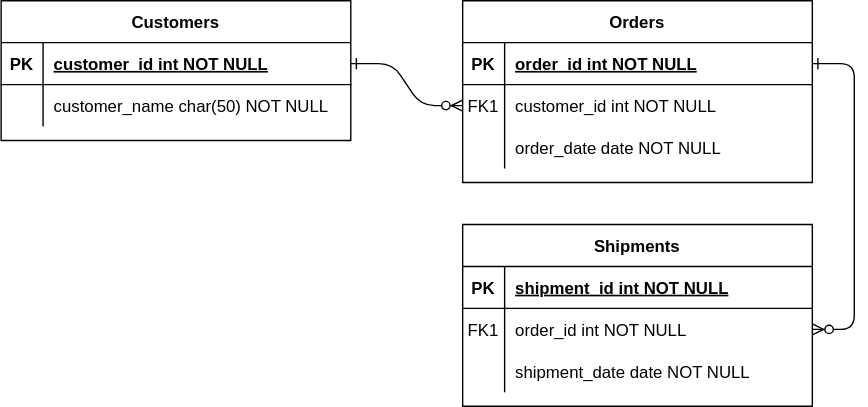
This is document/board-erd.svg from JeongHyeon-Yoon/board-project, a draw.io export, as it was before one commit. Source tidied: cells renumbered, new cells last; positions are measured from the earlier drawing's top-left corner, leaving out a move shared by most shapes.
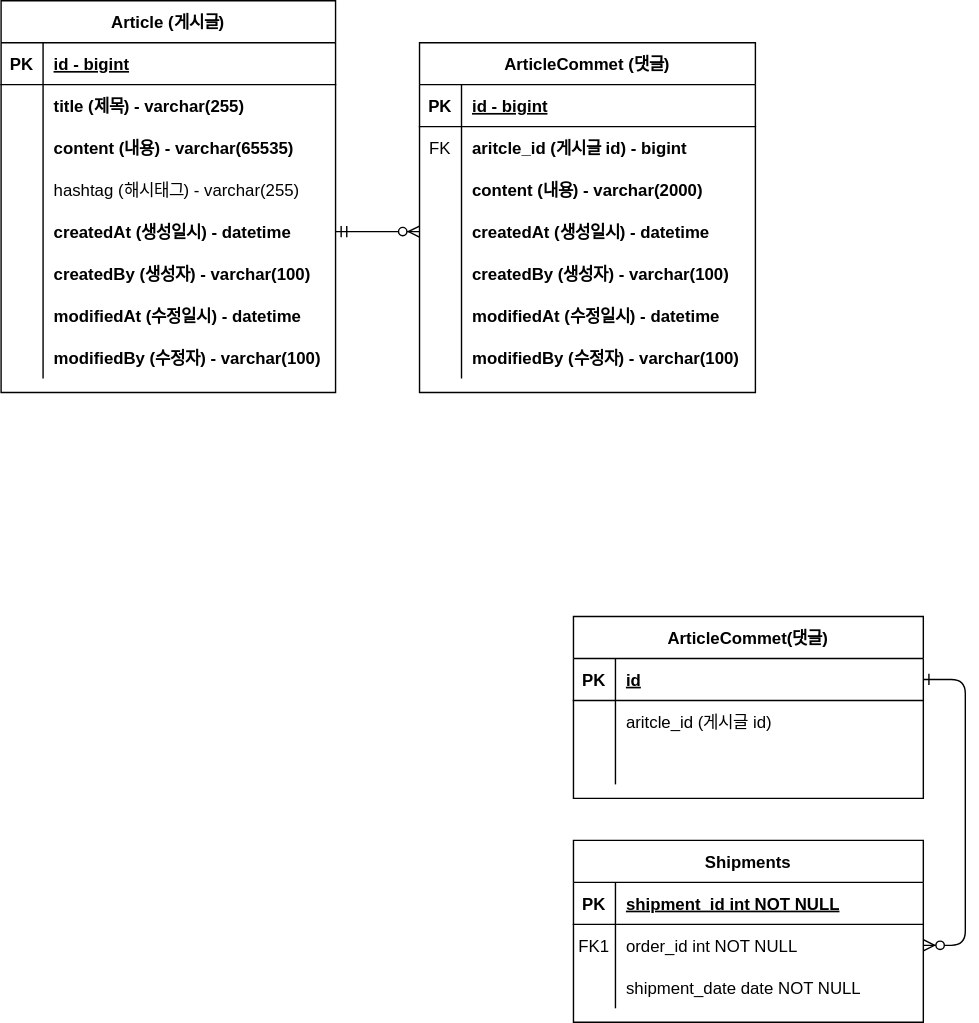
Above is the later version.

Change to the diagram source:
```diff
@@ -2,13 +2,10 @@
   <root>
     <mxCell id="0" />
     <mxCell id="1" parent="0" />
-    <mxCell id="2" style="edgeStyle=entityRelationEdgeStyle;endArrow=ERzeroToMany;startArrow=ERone;endFill=1;startFill=0;" parent="1" edge="1" source="25" target="8">
-      <mxGeometry relative="1" as="geometry" />
-    </mxCell>
     <mxCell id="3" style="edgeStyle=entityRelationEdgeStyle;endArrow=ERzeroToMany;startArrow=ERone;endFill=1;startFill=0;" parent="1" edge="1" source="5" target="18">
       <mxGeometry relative="1" as="geometry" />
     </mxCell>
-    <mxCell id="4" value="Orders" style="shape=table;startSize=30;rowLines=0;fontStyle=1;align=center;" parent="1" vertex="1">
+    <mxCell id="4" value="ArticleCommet(댓글)" style="shape=table;startSize=30;rowLines=0;fontStyle=1;align=center;" parent="1" vertex="1">
       <mxGeometry x="330" width="250" height="130" as="geometry" />
     </mxCell>
     <mxCell id="5" style="shape=partialRectangle;fillColor=none;points=[[0,0.5],[1,0.5]];portConstraint=eastwest;top=0;left=0;right=0;bottom=1;" parent="4" vertex="1">
@@ -17,16 +14,16 @@
     <mxCell id="6" value="PK" style="shape=partialRectangle;overflow=hidden;fillColor=none;top=0;left=0;bottom=0;right=0;fontStyle=1;" parent="5" vertex="1">
       <mxGeometry width="30" height="30" as="geometry" />
     </mxCell>
-    <mxCell id="7" value="order_id int NOT NULL " style="shape=partialRectangle;overflow=hidden;fillColor=none;top=0;left=0;bottom=0;right=0;align=left;spacingLeft=6;fontStyle=5;" parent="5" vertex="1">
+    <mxCell id="7" value="id" style="shape=partialRectangle;overflow=hidden;fillColor=none;top=0;left=0;bottom=0;right=0;align=left;spacingLeft=6;fontStyle=5;" parent="5" vertex="1">
       <mxGeometry x="30" width="220" height="30" as="geometry" />
     </mxCell>
     <mxCell id="8" style="shape=partialRectangle;fillColor=none;points=[[0,0.5],[1,0.5]];portConstraint=eastwest;top=0;left=0;right=0;bottom=0;" parent="4" vertex="1">
       <mxGeometry y="60" width="250" height="30" as="geometry" />
     </mxCell>
-    <mxCell id="9" value="FK1" style="shape=partialRectangle;overflow=hidden;fillColor=none;top=0;left=0;bottom=0;right=0;" parent="8" vertex="1">
+    <mxCell id="9" style="shape=partialRectangle;overflow=hidden;fillColor=none;top=0;left=0;bottom=0;right=0;" parent="8" vertex="1">
       <mxGeometry width="30" height="30" as="geometry" />
     </mxCell>
-    <mxCell id="10" value="customer_id int NOT NULL" style="shape=partialRectangle;overflow=hidden;fillColor=none;top=0;left=0;bottom=0;right=0;align=left;spacingLeft=6;" parent="8" vertex="1">
+    <mxCell id="10" value="aritcle_id (게시글 id)" style="shape=partialRectangle;overflow=hidden;fillColor=none;top=0;left=0;bottom=0;right=0;align=left;spacingLeft=6;" parent="8" vertex="1">
       <mxGeometry x="30" width="220" height="30" as="geometry" />
     </mxCell>
     <mxCell id="11" style="shape=partialRectangle;fillColor=none;top=0;left=0;right=0;bottom=0;" parent="4" vertex="1">
@@ -35,7 +32,7 @@
     <mxCell id="12" style="shape=partialRectangle;overflow=hidden;fillColor=none;top=0;left=0;bottom=0;right=0;" parent="11" vertex="1">
       <mxGeometry width="30" height="30" as="geometry" />
     </mxCell>
-    <mxCell id="13" value="order_date date NOT NULL" style="shape=partialRectangle;overflow=hidden;fillColor=none;top=0;left=0;bottom=0;right=0;align=left;spacingLeft=6;" parent="11" vertex="1">
+    <mxCell id="13" style="shape=partialRectangle;overflow=hidden;fillColor=none;top=0;left=0;bottom=0;right=0;align=left;spacingLeft=6;" parent="11" vertex="1">
       <mxGeometry x="30" width="220" height="30" as="geometry" />
     </mxCell>
     <mxCell id="14" value="Shipments" style="shape=table;startSize=30;rowLines=0;fontStyle=1;align=center;" parent="1" vertex="1">
@@ -68,26 +65,149 @@
     <mxCell id="23" value="shipment_date date NOT NULL" style="shape=partialRectangle;overflow=hidden;fillColor=none;top=0;left=0;bottom=0;right=0;align=left;spacingLeft=6;" parent="21" vertex="1">
       <mxGeometry x="30" width="220" height="30" as="geometry" />
     </mxCell>
-    <mxCell id="24" value="Customers" style="shape=table;startSize=30;rowLines=0;fontStyle=1;align=center;" parent="1" vertex="1">
-      <mxGeometry width="250" height="100" as="geometry" />
+    <mxCell id="24" value="Article (게시글)" style="shape=table;startSize=30;rowLines=0;fontStyle=1;align=center;" parent="1" vertex="1">
+      <mxGeometry x="-79" y="-440" width="239" height="280" as="geometry" />
     </mxCell>
     <mxCell id="25" style="shape=partialRectangle;fillColor=none;points=[[0,0.5],[1,0.5]];portConstraint=eastwest;top=0;left=0;right=0;bottom=1;" parent="24" vertex="1">
-      <mxGeometry y="30" width="250" height="30" as="geometry" />
+      <mxGeometry y="30" width="239" height="30" as="geometry" />
     </mxCell>
     <mxCell id="26" value="PK" style="shape=partialRectangle;overflow=hidden;fillColor=none;top=0;left=0;bottom=0;right=0;fontStyle=1;" parent="25" vertex="1">
       <mxGeometry width="30" height="30" as="geometry" />
     </mxCell>
-    <mxCell id="27" value="customer_id int NOT NULL " style="shape=partialRectangle;overflow=hidden;fillColor=none;top=0;left=0;bottom=0;right=0;align=left;spacingLeft=6;fontStyle=5;" parent="25" vertex="1">
-      <mxGeometry x="30" width="220" height="30" as="geometry" />
+    <mxCell id="27" value="id - bigint" style="shape=partialRectangle;overflow=hidden;fillColor=none;top=0;left=0;bottom=0;right=0;align=left;spacingLeft=6;fontStyle=5;" parent="25" vertex="1">
+      <mxGeometry x="30" width="209" height="30" as="geometry" />
     </mxCell>
     <mxCell id="28" style="shape=partialRectangle;fillColor=none;top=0;left=0;right=0;bottom=0;" parent="24" vertex="1">
-      <mxGeometry y="60" width="250" height="30" as="geometry" />
+      <mxGeometry y="60" width="239" height="30" as="geometry" />
     </mxCell>
     <mxCell id="29" style="shape=partialRectangle;overflow=hidden;fillColor=none;top=0;left=0;bottom=0;right=0;" parent="28" vertex="1">
       <mxGeometry width="30" height="30" as="geometry" />
     </mxCell>
-    <mxCell id="30" value="customer_name char(50) NOT NULL" style="shape=partialRectangle;overflow=hidden;fillColor=none;top=0;left=0;bottom=0;right=0;align=left;spacingLeft=6;" parent="28" vertex="1">
-      <mxGeometry x="30" width="220" height="30" as="geometry" />
+    <mxCell id="30" value="title (제목) - varchar(255)" style="shape=partialRectangle;overflow=hidden;fillColor=none;top=0;left=0;bottom=0;right=0;align=left;spacingLeft=6;fontStyle=1;" parent="28" vertex="1">
+      <mxGeometry x="30" width="209" height="30" as="geometry" />
     </mxCell>
+    <mxCell id="31" style="shape=partialRectangle;fillColor=none;top=0;left=0;right=0;bottom=0;" parent="24" vertex="1">
+      <mxGeometry y="90" width="239" height="30" as="geometry" />
+    </mxCell>
+    <mxCell id="32" style="shape=partialRectangle;overflow=hidden;fillColor=none;top=0;left=0;bottom=0;right=0;" parent="31" vertex="1">
+      <mxGeometry width="30" height="30" as="geometry" />
+    </mxCell>
+    <mxCell id="33" value="content (내용) - varchar(65535)" style="shape=partialRectangle;overflow=hidden;fillColor=none;top=0;left=0;bottom=0;right=0;align=left;spacingLeft=6;fontStyle=1;" parent="31" vertex="1">
+      <mxGeometry x="30" width="209" height="30" as="geometry" />
+    </mxCell>
+    <mxCell id="34" style="shape=partialRectangle;fillColor=none;top=0;left=0;right=0;bottom=0;" parent="24" vertex="1">
+      <mxGeometry y="120" width="239" height="30" as="geometry" />
+    </mxCell>
+    <mxCell id="35" style="shape=partialRectangle;overflow=hidden;fillColor=none;top=0;left=0;bottom=0;right=0;" parent="34" vertex="1">
+      <mxGeometry width="30" height="30" as="geometry" />
+    </mxCell>
+    <mxCell id="36" value="hashtag (해시태그) - varchar(255)" style="shape=partialRectangle;overflow=hidden;fillColor=none;top=0;left=0;bottom=0;right=0;align=left;spacingLeft=6;" parent="34" vertex="1">
+      <mxGeometry x="30" width="209" height="30" as="geometry" />
+    </mxCell>
+    <mxCell id="37" style="shape=partialRectangle;fillColor=none;points=[[0,0.5],[1,0.5]];portConstraint=eastwest;top=0;left=0;right=0;bottom=0;" parent="24" vertex="1">
+      <mxGeometry y="150" width="239" height="30" as="geometry" />
+    </mxCell>
+    <mxCell id="38" style="shape=partialRectangle;overflow=hidden;fillColor=none;top=0;left=0;bottom=0;right=0;" parent="37" vertex="1">
+      <mxGeometry width="30" height="30" as="geometry" />
+    </mxCell>
+    <mxCell id="39" value="createdAt (생성일시) - datetime" style="shape=partialRectangle;overflow=hidden;fillColor=none;top=0;left=0;bottom=0;right=0;align=left;spacingLeft=6;fontStyle=1;" parent="37" vertex="1">
+      <mxGeometry x="30" width="209" height="30" as="geometry" />
+    </mxCell>
+    <mxCell id="40" style="shape=partialRectangle;fillColor=none;top=0;left=0;right=0;bottom=0;" parent="24" vertex="1">
+      <mxGeometry y="180" width="239" height="30" as="geometry" />
+    </mxCell>
+    <mxCell id="41" style="shape=partialRectangle;overflow=hidden;fillColor=none;top=0;left=0;bottom=0;right=0;" parent="40" vertex="1">
+      <mxGeometry width="30" height="30" as="geometry" />
+    </mxCell>
+    <mxCell id="42" value="createdBy (생성자) - varchar(100)" style="shape=partialRectangle;overflow=hidden;fillColor=none;top=0;left=0;bottom=0;right=0;align=left;spacingLeft=6;fontStyle=1;" parent="40" vertex="1">
+      <mxGeometry x="30" width="209" height="30" as="geometry" />
+    </mxCell>
+    <mxCell id="43" style="shape=partialRectangle;fillColor=none;top=0;left=0;right=0;bottom=0;" parent="24" vertex="1">
+      <mxGeometry y="210" width="239" height="30" as="geometry" />
+    </mxCell>
+    <mxCell id="44" style="shape=partialRectangle;overflow=hidden;fillColor=none;top=0;left=0;bottom=0;right=0;" parent="43" vertex="1">
+      <mxGeometry width="30" height="30" as="geometry" />
+    </mxCell>
+    <mxCell id="45" value="modifiedAt (수정일시) - datetime" style="shape=partialRectangle;overflow=hidden;fillColor=none;top=0;left=0;bottom=0;right=0;align=left;spacingLeft=6;fontStyle=1;" parent="43" vertex="1">
+      <mxGeometry x="30" width="209" height="30" as="geometry" />
+    </mxCell>
+    <mxCell id="46" style="shape=partialRectangle;fillColor=none;top=0;left=0;right=0;bottom=0;" parent="24" vertex="1">
+      <mxGeometry y="240" width="239" height="30" as="geometry" />
+    </mxCell>
+    <mxCell id="47" style="shape=partialRectangle;overflow=hidden;fillColor=none;top=0;left=0;bottom=0;right=0;" parent="46" vertex="1">
+      <mxGeometry width="30" height="30" as="geometry" />
+    </mxCell>
+    <mxCell id="48" value="modifiedBy (수정자) - varchar(100)" style="shape=partialRectangle;overflow=hidden;fillColor=none;top=0;left=0;bottom=0;right=0;align=left;spacingLeft=6;fontStyle=1;" parent="46" vertex="1">
+      <mxGeometry x="30" width="209" height="30" as="geometry" />
+    </mxCell>
+    <mxCell id="49" value="ArticleCommet (댓글)" style="shape=table;startSize=30;rowLines=0;fontStyle=1;align=center;" parent="1" vertex="1">
+      <mxGeometry x="220" y="-410" width="240" height="250" as="geometry" />
+    </mxCell>
+    <mxCell id="50" style="shape=partialRectangle;fillColor=none;top=0;left=0;right=0;bottom=1;" parent="49" vertex="1">
+      <mxGeometry y="30" width="240" height="30" as="geometry" />
+    </mxCell>
+    <mxCell id="51" value="PK" style="shape=partialRectangle;overflow=hidden;fillColor=none;top=0;left=0;bottom=0;right=0;fontStyle=1;" parent="50" vertex="1">
+      <mxGeometry width="30" height="30" as="geometry" />
+    </mxCell>
+    <mxCell id="52" value="id - bigint" style="shape=partialRectangle;overflow=hidden;fillColor=none;top=0;left=0;bottom=0;right=0;align=left;spacingLeft=6;fontStyle=5;" parent="50" vertex="1">
+      <mxGeometry x="30" width="210" height="30" as="geometry" />
+    </mxCell>
+    <mxCell id="53" style="shape=partialRectangle;fillColor=none;top=0;left=0;right=0;bottom=0;" parent="49" vertex="1">
+      <mxGeometry y="60" width="240" height="30" as="geometry" />
+    </mxCell>
+    <mxCell id="54" value="FK" style="shape=partialRectangle;overflow=hidden;fillColor=none;top=0;left=0;bottom=0;right=0;" parent="53" vertex="1">
+      <mxGeometry width="30" height="30" as="geometry" />
+    </mxCell>
+    <mxCell id="55" value="aritcle_id (게시글 id) - bigint" style="shape=partialRectangle;overflow=hidden;fillColor=none;top=0;left=0;bottom=0;right=0;align=left;spacingLeft=6;fontStyle=1;" parent="53" vertex="1">
+      <mxGeometry x="30" width="210" height="30" as="geometry" />
+    </mxCell>
+    <mxCell id="56" style="shape=partialRectangle;fillColor=none;top=0;left=0;right=0;bottom=0;" parent="49" vertex="1">
+      <mxGeometry y="90" width="240" height="30" as="geometry" />
+    </mxCell>
+    <mxCell id="57" style="shape=partialRectangle;overflow=hidden;fillColor=none;top=0;left=0;bottom=0;right=0;" parent="56" vertex="1">
+      <mxGeometry width="30" height="30" as="geometry" />
+    </mxCell>
+    <mxCell id="58" value="content (내용) - varchar(2000)" style="shape=partialRectangle;overflow=hidden;fillColor=none;top=0;left=0;bottom=0;right=0;align=left;spacingLeft=6;fontStyle=1;" parent="56" vertex="1">
+      <mxGeometry x="30" width="210" height="30" as="geometry" />
+    </mxCell>
+    <mxCell id="59" style="shape=partialRectangle;fillColor=none;points=[[0,0.5],[1,0.5]];portConstraint=eastwest;top=0;left=0;right=0;bottom=0;" parent="49" vertex="1">
+      <mxGeometry y="120" width="240" height="30" as="geometry" />
+    </mxCell>
+    <mxCell id="60" style="shape=partialRectangle;overflow=hidden;fillColor=none;top=0;left=0;bottom=0;right=0;" parent="59" vertex="1">
+      <mxGeometry width="30" height="30" as="geometry" />
+    </mxCell>
+    <mxCell id="61" value="createdAt (생성일시) - datetime" style="shape=partialRectangle;overflow=hidden;fillColor=none;top=0;left=0;bottom=0;right=0;align=left;spacingLeft=6;fontStyle=1;" parent="59" vertex="1">
+      <mxGeometry x="30" width="210" height="30" as="geometry" />
+    </mxCell>
+    <mxCell id="62" style="shape=partialRectangle;fillColor=none;top=0;left=0;right=0;bottom=0;" parent="49" vertex="1">
+      <mxGeometry y="150" width="240" height="30" as="geometry" />
+    </mxCell>
+    <mxCell id="63" style="shape=partialRectangle;overflow=hidden;fillColor=none;top=0;left=0;bottom=0;right=0;" parent="62" vertex="1">
+      <mxGeometry width="30" height="30" as="geometry" />
+    </mxCell>
+    <mxCell id="64" value="createdBy (생성자) - varchar(100)" style="shape=partialRectangle;overflow=hidden;fillColor=none;top=0;left=0;bottom=0;right=0;align=left;spacingLeft=6;fontStyle=1;" parent="62" vertex="1">
+      <mxGeometry x="30" width="210" height="30" as="geometry" />
+    </mxCell>
+    <mxCell id="65" style="shape=partialRectangle;fillColor=none;top=0;left=0;right=0;bottom=0;" parent="49" vertex="1">
+      <mxGeometry y="180" width="240" height="30" as="geometry" />
+    </mxCell>
+    <mxCell id="66" style="shape=partialRectangle;overflow=hidden;fillColor=none;top=0;left=0;bottom=0;right=0;" parent="65" vertex="1">
+      <mxGeometry width="30" height="30" as="geometry" />
+    </mxCell>
+    <mxCell id="67" value="modifiedAt (수정일시) - datetime" style="shape=partialRectangle;overflow=hidden;fillColor=none;top=0;left=0;bottom=0;right=0;align=left;spacingLeft=6;fontStyle=1;" parent="65" vertex="1">
+      <mxGeometry x="30" width="210" height="30" as="geometry" />
+    </mxCell>
+    <mxCell id="68" style="shape=partialRectangle;fillColor=none;top=0;left=0;right=0;bottom=0;" parent="49" vertex="1">
+      <mxGeometry y="210" width="240" height="30" as="geometry" />
+    </mxCell>
+    <mxCell id="69" style="shape=partialRectangle;overflow=hidden;fillColor=none;top=0;left=0;bottom=0;right=0;" parent="68" vertex="1">
+      <mxGeometry width="30" height="30" as="geometry" />
+    </mxCell>
+    <mxCell id="70" value="modifiedBy (수정자) - varchar(100)" style="shape=partialRectangle;overflow=hidden;fillColor=none;top=0;left=0;bottom=0;right=0;align=left;spacingLeft=6;fontStyle=1;" parent="68" vertex="1">
+      <mxGeometry x="30" width="210" height="30" as="geometry" />
+    </mxCell>
+    <mxCell id="71" style="edgeStyle=entityRelationEdgeStyle;fontSize=12;html=1;endArrow=ERzeroToMany;startArrow=ERmandOne;rounded=0;exitX=1;exitY=0.5;exitDx=0;exitDy=0;entryX=0;entryY=0.5;entryDx=0;entryDy=0;" parent="1" edge="1" source="37" target="59">
+      <mxGeometry relative="1" as="geometry" />
+    </mxCell>
   </root>
 </mxGraphModel>
```
